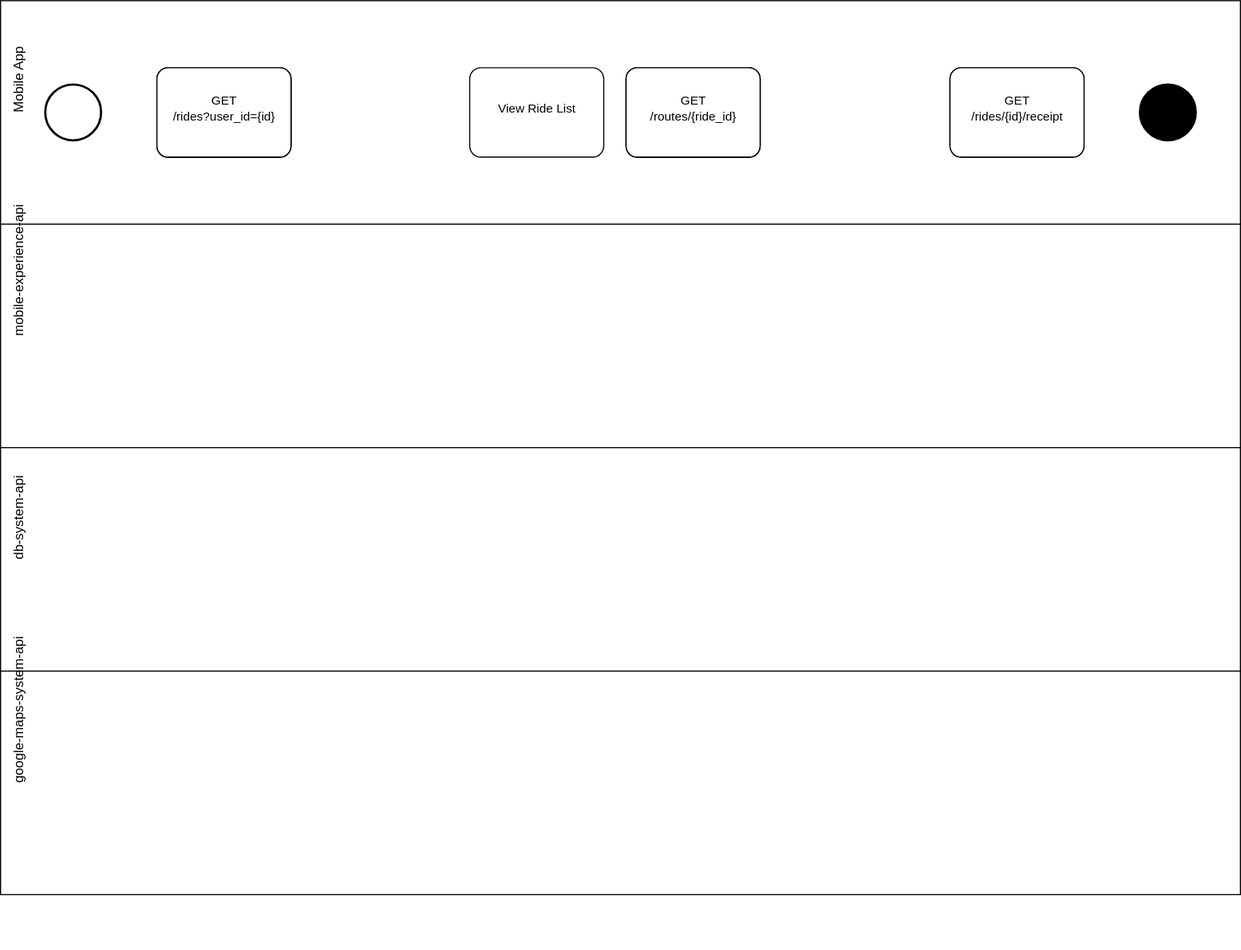
This is architecture/diagrams/use-cases/ride-history-receipts-use-case.drawio.svg from RideXpress/docs, a draw.io export, as it was before one commit. Source tidied: cells renumbered, new cells last; positions are measured from the earlier drawing's top-left corner, leaving out a move shared by most shapes.
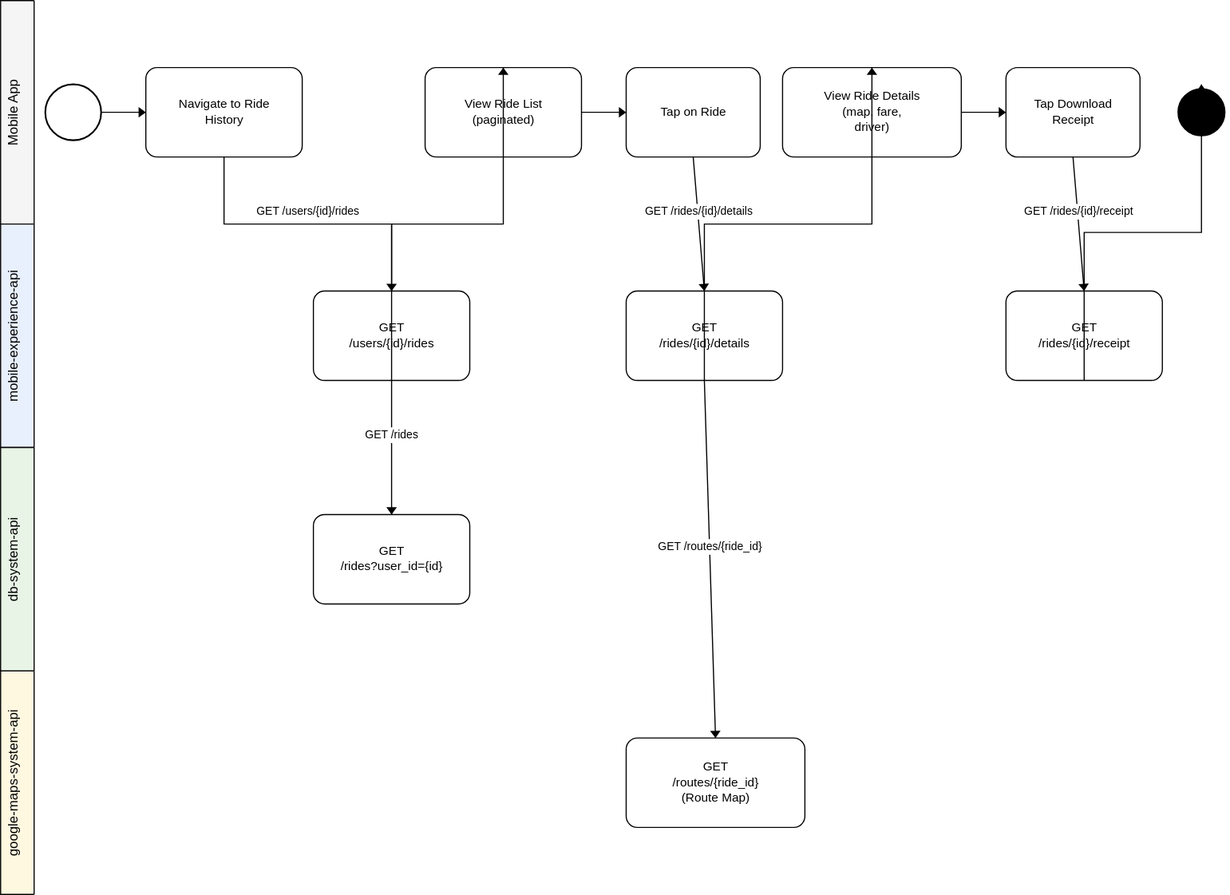
Later version of the same file.

Diff of the diagram source:
```diff
@@ -1,108 +1,102 @@
 <mxGraphModel>
   <root>
-    <mxCell id="0" />
-    <mxCell id="1" parent="0" />
+    <mxCell id="36" />
+    <mxCell id="37" parent="36" />
-    <mxCell id="2" value="Mobile App" style="swimlane;horizontal=0;whiteSpace=wrap;html=1;" parent="1" vertex="1">
-      <mxGeometry width="1110" height="200" as="geometry" />
+    <mxCell id="2" value="Mobile App" style="swimlane;horizontal=0;whiteSpace=wrap;html=1;" parent="37" vertex="1">
+      <mxGeometry width="1100" height="200" as="geometry" />
     </mxCell>
-    <mxCell id="3" value="mobile-experience-api" style="swimlane;horizontal=0;whiteSpace=wrap;html=1;" parent="1" vertex="1">
-      <mxGeometry y="200" width="1110" height="200" as="geometry" />
+    <mxCell id="3" value="mobile-experience-api" style="swimlane;horizontal=0;whiteSpace=wrap;html=1;" parent="37" vertex="1">
+      <mxGeometry y="200" width="1100" height="200" as="geometry" />
     </mxCell>
-    <mxCell id="4" value="db-system-api" style="swimlane;horizontal=0;whiteSpace=wrap;html=1;" parent="1" vertex="1">
-      <mxGeometry y="400" width="1110" height="200" as="geometry" />
+    <mxCell id="4" value="db-system-api" style="swimlane;horizontal=0;whiteSpace=wrap;html=1;" parent="37" vertex="1">
+      <mxGeometry y="400" width="1100" height="200" as="geometry" />
     </mxCell>
-    <mxCell id="5" value="google-maps-system-api" style="swimlane;horizontal=0;whiteSpace=wrap;html=1;" parent="1" vertex="1">
-      <mxGeometry y="600" width="1110" height="200" as="geometry" />
+    <mxCell id="5" value="google-maps-system-api" style="swimlane;horizontal=0;whiteSpace=wrap;html=1;" parent="37" vertex="1">
+      <mxGeometry y="600" width="1100" height="200" as="geometry" />
     </mxCell>
     <mxCell id="6" style="points=[[0.145,0.145,0],[0.5,0,0],[0.855,0.145,0],[1,0.5,0],[0.855,0.855,0],[0.5,1,0],[0.145,0.855,0],[0,0.5,0]];shape=mxgraph.bpmn.event;html=1;verticalLabelPosition=bottom;labelBackgroundColor=#ffffff;verticalAlign=top;align=center;perimeter=ellipsePerimeter;outlineConnect=0;outline=standard;symbol=general;" parent="2" vertex="1">
       <mxGeometry x="40" y="75" width="50" height="50" as="geometry" />
     </mxCell>
     <mxCell id="7" value="Navigate to Ride History" style="points=[[0.25,0,0],[0.5,0,0],[0.75,0,0],[1,0.25,0],[1,0.5,0],[1,0.75,0],[0.75,1,0],[0.5,1,0],[0.25,1,0],[0,0.75,0],[0,0.5,0],[0,0.25,0]];shape=mxgraph.bpmn.task;whiteSpace=wrap;rectStyle=rounded;size=10;html=1;taskMarker=abstract;" parent="2" vertex="1">
-      <mxGeometry x="140" y="60" width="120" height="80" as="geometry" />
+      <mxGeometry x="130" y="60" width="140" height="80" as="geometry" />
     </mxCell>
-    <mxCell id="8" value="View Ride List" style="points=[[0.25,0,0],[0.5,0,0],[0.75,0,0],[1,0.25,0],[1,0.5,0],[1,0.75,0],[0.75,1,0],[0.5,1,0],[0.25,1,0],[0,0.75,0],[0,0.5,0],[0,0.25,0]];shape=mxgraph.bpmn.task;whiteSpace=wrap;rectStyle=rounded;size=10;html=1;taskMarker=abstract;" parent="2" vertex="1">
-      <mxGeometry x="420" y="60" width="120" height="80" as="geometry" />
-    </mxCell>
-    <mxCell id="9" value="Tap Ride for Details" style="points=[[0.25,0,0],[0.5,0,0],[0.75,0,0],[1,0.25,0],[1,0.5,0],[1,0.75,0],[0.75,1,0],[0.5,1,0],[0.25,1,0],[0,0.75,0],[0,0.5,0],[0,0.25,0]];shape=mxgraph.bpmn.task;whiteSpace=wrap;rectStyle=rounded;size=10;html=1;taskMarker=abstract;" parent="2" vertex="1">
-      <mxGeometry x="560" y="60" width="120" height="80" as="geometry" />
-    </mxCell>
-    <mxCell id="10" value="Download Receipt" style="points=[[0.25,0,0],[0.5,0,0],[0.75,0,0],[1,0.25,0],[1,0.5,0],[1,0.75,0],[0.75,1,0],[0.5,1,0],[0.25,1,0],[0,0.75,0],[0,0.5,0],[0,0.25,0]];shape=mxgraph.bpmn.task;whiteSpace=wrap;rectStyle=rounded;size=10;html=1;taskMarker=abstract;" parent="2" vertex="1">
-      <mxGeometry x="850" y="60" width="120" height="80" as="geometry" />
-    </mxCell>
-    <mxCell id="11" style="ellipse;whiteSpace=wrap;html=1;fillColor=#000000;" parent="2" vertex="1">
-      <mxGeometry x="1020" y="75" width="50" height="50" as="geometry" />
-    </mxCell>
+    <mxCell id="38" value="View Ride List (paginated)" style="points=[[0.25,0,0],[0.5,0,0],[0.75,0,0],[1,0.25,0],[1,0.5,0],[1,0.75,0],[0.75,1,0],[0.5,1,0],[0.25,1,0],[0,0.75,0],[0,0.5,0],[0,0.25,0]];shape=mxgraph.bpmn.task;whiteSpace=wrap;rectStyle=rounded;size=10;html=1;taskMarker=abstract;" parent="2" vertex="1">
+      <mxGeometry x="380" y="60" width="140" height="80" as="geometry" />
+    </mxCell>
+    <mxCell id="39" value="Tap on Ride" style="points=[[0.25,0,0],[0.5,0,0],[0.75,0,0],[1,0.25,0],[1,0.5,0],[1,0.75,0],[0.75,1,0],[0.5,1,0],[0.25,1,0],[0,0.75,0],[0,0.5,0],[0,0.25,0]];shape=mxgraph.bpmn.task;whiteSpace=wrap;rectStyle=rounded;size=10;html=1;taskMarker=abstract;" parent="2" vertex="1">
+      <mxGeometry x="560" y="60" width="120" height="80" as="geometry" />
+    </mxCell>
+    <mxCell id="40" value="View Ride Details (map, fare, driver)" style="points=[[0.25,0,0],[0.5,0,0],[0.75,0,0],[1,0.25,0],[1,0.5,0],[1,0.75,0],[0.75,1,0],[0.5,1,0],[0.25,1,0],[0,0.75,0],[0,0.5,0],[0,0.25,0]];shape=mxgraph.bpmn.task;whiteSpace=wrap;rectStyle=rounded;size=10;html=1;taskMarker=abstract;" parent="2" vertex="1">
+      <mxGeometry x="700" y="60" width="160" height="80" as="geometry" />
+    </mxCell>
+    <mxCell id="41" value="Tap Download Receipt" style="points=[[0.25,0,0],[0.5,0,0],[0.75,0,0],[1,0.25,0],[1,0.5,0],[1,0.75,0],[0.75,1,0],[0.5,1,0],[0.25,1,0],[0,0.75,0],[0,0.5,0],[0,0.25,0]];shape=mxgraph.bpmn.task;whiteSpace=wrap;rectStyle=rounded;size=10;html=1;taskMarker=abstract;" parent="2" vertex="1">
+      <mxGeometry x="900" y="60" width="120" height="80" as="geometry" />
+    </mxCell>
+    <mxCell id="42" style="ellipse;whiteSpace=wrap;html=1;fillColor=#000000;" parent="2" vertex="1">
+      <mxGeometry x="1050" y="75" width="50" height="50" as="geometry" />
+    </mxCell>
     <mxCell id="12" value="GET /users/{id}/rides" style="points=[[0.25,0,0],[0.5,0,0],[0.75,0,0],[1,0.25,0],[1,0.5,0],[1,0.75,0],[0.75,1,0],[0.5,1,0],[0.25,1,0],[0,0.75,0],[0,0.5,0],[0,0.25,0]];shape=mxgraph.bpmn.task;whiteSpace=wrap;rectStyle=rounded;size=10;html=1;taskMarker=abstract;" parent="3" vertex="1">
-      <mxGeometry x="140" y="60" width="120" height="80" as="geometry" />
+      <mxGeometry x="280" y="60" width="140" height="80" as="geometry" />
     </mxCell>
     <mxCell id="13" value="GET /rides/{id}/details" style="points=[[0.25,0,0],[0.5,0,0],[0.75,0,0],[1,0.25,0],[1,0.5,0],[1,0.75,0],[0.75,1,0],[0.5,1,0],[0.25,1,0],[0,0.75,0],[0,0.5,0],[0,0.25,0]];shape=mxgraph.bpmn.task;whiteSpace=wrap;rectStyle=rounded;size=10;html=1;taskMarker=abstract;" parent="3" vertex="1">
-      <mxGeometry x="560" y="60" width="120" height="80" as="geometry" />
+      <mxGeometry x="560" y="60" width="140" height="80" as="geometry" />
     </mxCell>
     <mxCell id="14" value="GET /rides/{id}/receipt" style="points=[[0.25,0,0],[0.5,0,0],[0.75,0,0],[1,0.25,0],[1,0.5,0],[1,0.75,0],[0.75,1,0],[0.5,1,0],[0.25,1,0],[0,0.75,0],[0,0.5,0],[0,0.25,0]];shape=mxgraph.bpmn.task;whiteSpace=wrap;rectStyle=rounded;size=10;html=1;taskMarker=abstract;" parent="3" vertex="1">
-      <mxGeometry x="850" y="60" width="120" height="80" as="geometry" />
+      <mxGeometry x="900" y="60" width="140" height="80" as="geometry" />
     </mxCell>
     <mxCell id="15" value="GET /rides?user_id={id}" style="points=[[0.25,0,0],[0.5,0,0],[0.75,0,0],[1,0.25,0],[1,0.5,0],[1,0.75,0],[0.75,1,0],[0.5,1,0],[0.25,1,0],[0,0.75,0],[0,0.5,0],[0,0.25,0]];shape=mxgraph.bpmn.task;whiteSpace=wrap;rectStyle=rounded;size=10;html=1;taskMarker=abstract;" parent="4" vertex="1">
-      <mxGeometry x="140" y="60" width="120" height="80" as="geometry" />
+      <mxGeometry x="280" y="60" width="140" height="80" as="geometry" />
     </mxCell>
-    <mxCell id="16" value="GET /routes/{ride_id}" style="points=[[0.25,0,0],[0.5,0,0],[0.75,0,0],[1,0.25,0],[1,0.5,0],[1,0.75,0],[0.75,1,0],[0.5,1,0],[0.25,1,0],[0,0.75,0],[0,0.5,0],[0,0.25,0]];shape=mxgraph.bpmn.task;whiteSpace=wrap;rectStyle=rounded;size=10;html=1;taskMarker=abstract;" parent="5" vertex="1">
-      <mxGeometry x="560" y="60" width="120" height="80" as="geometry" />
-    </mxCell>
+    <mxCell id="43" value="GET /routes/{ride_id} (Route Map)" style="points=[[0.25,0,0],[0.5,0,0],[0.75,0,0],[1,0.25,0],[1,0.5,0],[1,0.75,0],[0.75,1,0],[0.5,1,0],[0.25,1,0],[0,0.75,0],[0,0.5,0],[0,0.25,0]];shape=mxgraph.bpmn.task;whiteSpace=wrap;rectStyle=rounded;size=10;html=1;taskMarker=abstract;" parent="5" vertex="1">
+      <mxGeometry x="560" y="60" width="160" height="80" as="geometry" />
+    </mxCell>
-    <mxCell id="17" style="edgeStyle=orthogonalEdgeStyle;rounded=0;jettySize=auto;html=1;" parent="2" edge="1" source="6" target="7">
+    <mxCell id="17" style="edgeStyle=orthogonalEdgeStyle;rounded=0;jettySize=auto;html=1;" parent="37" edge="1" source="6" target="7">
       <mxGeometry relative="1" as="geometry" />
     </mxCell>
-    <mxCell id="18" style="edgeStyle=orthogonalEdgeStyle;rounded=0;jettySize=auto;html=1;" parent="1" edge="1" source="7" target="12">
+    <mxCell id="18" style="edgeStyle=orthogonalEdgeStyle;rounded=0;jettySize=auto;html=1;" parent="37" edge="1" source="7" target="12">
       <mxGeometry relative="1" as="geometry" />
     </mxCell>
-    <mxCell id="19" value="GET rides" style="edgeLabel;html=1;align=center;verticalAlign=middle;" parent="18" vertex="1">
-      <mxGeometry relative="1" as="geometry" />
-    </mxCell>
+    <mxCell id="44" value="GET /users/{id}/rides" style="edgeLabel;html=1;align=center;verticalAlign=middle;" parent="18" vertex="1">
+      <mxGeometry relative="1" as="geometry" />
+    </mxCell>
-    <mxCell id="20" style="edgeStyle=orthogonalEdgeStyle;rounded=0;jettySize=auto;html=1;" parent="1" edge="1" source="12" target="15">
+    <mxCell id="20" style="edgeStyle=orthogonalEdgeStyle;rounded=0;jettySize=auto;html=1;" parent="37" edge="1" source="12" target="15">
       <mxGeometry relative="1" as="geometry" />
     </mxCell>
-    <mxCell id="21" value="Query DB" style="edgeLabel;html=1;align=center;verticalAlign=middle;" parent="20" vertex="1">
-      <mxGeometry relative="1" as="geometry" />
-    </mxCell>
-    <mxCell id="22" style="edgeStyle=orthogonalEdgeStyle;rounded=0;jettySize=auto;html=1;" parent="1" edge="1" source="15" target="8">
-      <mxGeometry relative="1" as="geometry" />
-    </mxCell>
-    <mxCell id="23" value="Ride list" style="edgeLabel;html=1;align=center;verticalAlign=middle;" parent="22" vertex="1">
-      <mxGeometry relative="1" as="geometry" />
-    </mxCell>
-    <mxCell id="24" style="edgeStyle=orthogonalEdgeStyle;rounded=0;jettySize=auto;html=1;" parent="2" edge="1" source="8" target="9">
-      <mxGeometry relative="1" as="geometry" />
-    </mxCell>
-    <mxCell id="25" style="edgeStyle=orthogonalEdgeStyle;rounded=0;jettySize=auto;html=1;" parent="1" edge="1" source="9" target="13">
-      <mxGeometry relative="1" as="geometry" />
-    </mxCell>
-    <mxCell id="26" value="GET details" style="edgeLabel;html=1;align=center;verticalAlign=middle;" parent="25" vertex="1">
-      <mxGeometry relative="1" as="geometry" />
-    </mxCell>
-    <mxCell id="27" style="edgeStyle=orthogonalEdgeStyle;rounded=0;jettySize=auto;html=1;" parent="1" edge="1" source="13" target="16">
-      <mxGeometry relative="1" as="geometry" />
-    </mxCell>
-    <mxCell id="28" value="GET route map" style="edgeLabel;html=1;align=center;verticalAlign=middle;" parent="27" vertex="1">
-      <mxGeometry relative="1" as="geometry" />
-    </mxCell>
-    <mxCell id="29" style="edgeStyle=orthogonalEdgeStyle;rounded=0;jettySize=auto;html=1;" parent="1" edge="1" source="16" target="9">
-      <mxGeometry relative="1" as="geometry" />
-    </mxCell>
-    <mxCell id="30" value="Route + details" style="edgeLabel;html=1;align=center;verticalAlign=middle;" parent="29" vertex="1">
-      <mxGeometry relative="1" as="geometry" />
-    </mxCell>
-    <mxCell id="31" style="edgeStyle=orthogonalEdgeStyle;rounded=0;jettySize=auto;html=1;" parent="1" edge="1" source="10" target="14">
-      <mxGeometry relative="1" as="geometry" />
-    </mxCell>
-    <mxCell id="32" value="GET receipt" style="edgeLabel;html=1;align=center;verticalAlign=middle;" parent="31" vertex="1">
-      <mxGeometry relative="1" as="geometry" />
-    </mxCell>
-    <mxCell id="33" style="edgeStyle=orthogonalEdgeStyle;rounded=0;jettySize=auto;html=1;" parent="1" edge="1" source="14" target="10">
-      <mxGeometry relative="1" as="geometry" />
-    </mxCell>
-    <mxCell id="34" value="PDF/JSON receipt" style="edgeLabel;html=1;align=center;verticalAlign=middle;" parent="33" vertex="1">
-      <mxGeometry relative="1" as="geometry" />
-    </mxCell>
-    <mxCell id="35" style="edgeStyle=orthogonalEdgeStyle;rounded=0;jettySize=auto;html=1;" parent="2" edge="1" source="10" target="11">
-      <mxGeometry relative="1" as="geometry" />
-    </mxCell>
+    <mxCell id="45" value="GET /rides" style="edgeLabel;html=1;align=center;verticalAlign=middle;" parent="20" vertex="1">
+      <mxGeometry relative="1" as="geometry" />
+    </mxCell>
+    <mxCell id="46" style="edgeStyle=orthogonalEdgeStyle;rounded=0;jettySize=auto;html=1;" parent="37" edge="1" source="12" target="38">
+      <mxGeometry relative="1" as="geometry" />
+    </mxCell>
+    <mxCell id="47" style="edgeStyle=orthogonalEdgeStyle;rounded=0;jettySize=auto;html=1;" parent="37" edge="1" source="38" target="39">
+      <mxGeometry relative="1" as="geometry" />
+    </mxCell>
+    <mxCell id="48" style="edgeStyle=orthogonalEdgeStyle;rounded=0;jettySize=auto;html=1;" parent="37" edge="1" source="39" target="13">
+      <mxGeometry relative="1" as="geometry" />
+    </mxCell>
+    <mxCell id="49" value="GET /rides/{id}/details" style="edgeLabel;html=1;align=center;verticalAlign=middle;" parent="48" vertex="1">
+      <mxGeometry relative="1" as="geometry" />
+    </mxCell>
+    <mxCell id="50" style="edgeStyle=orthogonalEdgeStyle;rounded=0;jettySize=auto;html=1;" parent="37" edge="1" source="13" target="43">
+      <mxGeometry relative="1" as="geometry" />
+    </mxCell>
+    <mxCell id="16" value="GET /routes/{ride_id}" style="edgeLabel;html=1;align=center;verticalAlign=middle;points=[];" parent="50" vertex="1">
+      <mxGeometry relative="1" as="geometry" />
+    </mxCell>
+    <mxCell id="51" style="edgeStyle=orthogonalEdgeStyle;rounded=0;jettySize=auto;html=1;" parent="37" edge="1" source="13" target="40">
+      <mxGeometry relative="1" as="geometry" />
+    </mxCell>
+    <mxCell id="52" style="edgeStyle=orthogonalEdgeStyle;rounded=0;jettySize=auto;html=1;" parent="37" edge="1" source="40" target="41">
+      <mxGeometry relative="1" as="geometry" />
+    </mxCell>
+    <mxCell id="53" style="edgeStyle=orthogonalEdgeStyle;rounded=0;jettySize=auto;html=1;" parent="37" edge="1" source="41" target="14">
+      <mxGeometry relative="1" as="geometry" />
+    </mxCell>
+    <mxCell id="54" value="GET /rides/{id}/receipt" style="edgeLabel;html=1;align=center;verticalAlign=middle;" parent="53" vertex="1">
+      <mxGeometry relative="1" as="geometry" />
+    </mxCell>
+    <mxCell id="55" style="edgeStyle=orthogonalEdgeStyle;rounded=0;jettySize=auto;html=1;" parent="37" edge="1" source="14" target="42">
+      <mxGeometry relative="1" as="geometry" />
+    </mxCell>
   </root>
 </mxGraphModel>
```
